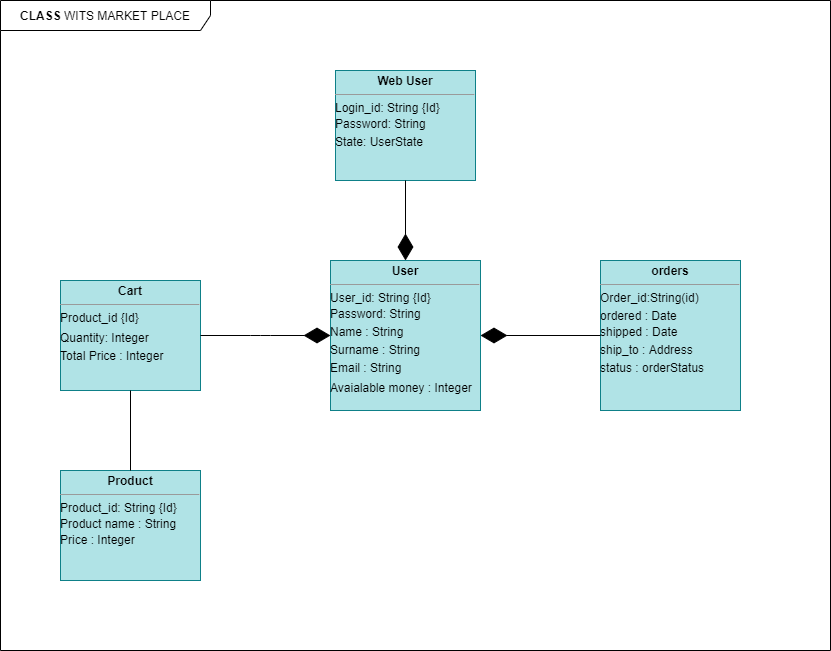
Earlier version of the draw.io export Logical view (class diagram).png (Sisonke77/Market-Place). Source tidied: cells renumbered, new cells last; positions are measured from the earlier drawing's top-left corner, leaving out a move shared by most shapes.
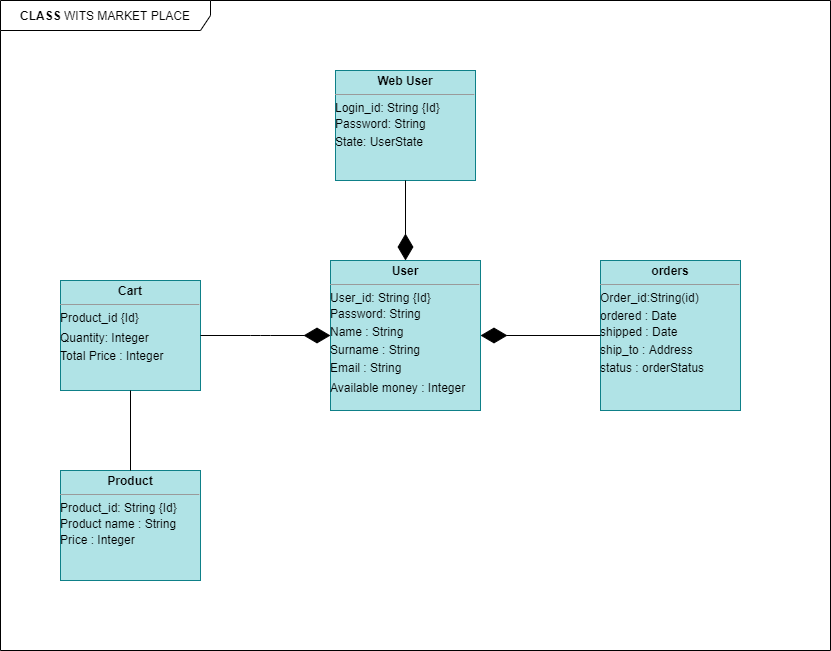
After the change.

What changed in the source:
```diff
@@ -5,7 +5,7 @@
     <mxCell id="2" value="&lt;b&gt;CLASS &lt;/b&gt;WITS MARKET PLACE" style="shape=umlFrame;whiteSpace=wrap;html=1;width=210;height=30;" parent="1" vertex="1">
       <mxGeometry width="830" height="650" as="geometry" />
     </mxCell>
-    <mxCell id="3" value="&lt;p style=&quot;margin: 0px ; margin-top: 4px ; text-align: center&quot;&gt;&lt;b&gt;User&lt;/b&gt;&lt;/p&gt;&lt;hr size=&quot;1&quot;&gt;&lt;div style=&quot;height: 2px&quot;&gt;User_id: String {Id}&lt;/div&gt;&lt;div style=&quot;height: 2px&quot;&gt;&lt;br&gt;&lt;/div&gt;&lt;div style=&quot;height: 2px&quot;&gt;&lt;br&gt;&lt;/div&gt;&lt;div style=&quot;height: 2px&quot;&gt;&lt;br&gt;&lt;/div&gt;&lt;div style=&quot;height: 2px&quot;&gt;&lt;br&gt;&lt;/div&gt;&lt;div style=&quot;height: 2px&quot;&gt;&lt;br&gt;&lt;/div&gt;&lt;div style=&quot;height: 2px&quot;&gt;&lt;br&gt;&lt;/div&gt;&lt;div style=&quot;height: 2px&quot;&gt;&lt;br&gt;&lt;/div&gt;&lt;div style=&quot;height: 2px&quot;&gt;Password: String&lt;/div&gt;&lt;div style=&quot;height: 2px&quot;&gt;&lt;br&gt;&lt;/div&gt;&lt;div style=&quot;height: 2px&quot;&gt;&lt;br&gt;&lt;/div&gt;&lt;div style=&quot;height: 2px&quot;&gt;&lt;br&gt;&lt;/div&gt;&lt;div style=&quot;height: 2px&quot;&gt;&lt;br&gt;&lt;/div&gt;&lt;div style=&quot;height: 2px&quot;&gt;&lt;br&gt;&lt;/div&gt;&lt;div style=&quot;height: 2px&quot;&gt;&lt;br&gt;&lt;/div&gt;&lt;div style=&quot;height: 2px&quot;&gt;&lt;br&gt;&lt;/div&gt;&lt;div style=&quot;height: 2px&quot;&gt;&lt;br&gt;&lt;/div&gt;&lt;div style=&quot;height: 2px&quot;&gt;Name : String&lt;/div&gt;&lt;div style=&quot;height: 2px&quot;&gt;&lt;br&gt;&lt;/div&gt;&lt;div style=&quot;height: 2px&quot;&gt;&lt;br&gt;&lt;/div&gt;&lt;div style=&quot;height: 2px&quot;&gt;&lt;br&gt;&lt;/div&gt;&lt;div style=&quot;height: 2px&quot;&gt;&lt;br&gt;&lt;/div&gt;&lt;div style=&quot;height: 2px&quot;&gt;&lt;br&gt;&lt;/div&gt;&lt;div style=&quot;height: 2px&quot;&gt;&lt;br&gt;&lt;/div&gt;&lt;div style=&quot;height: 2px&quot;&gt;&lt;br&gt;&lt;/div&gt;&lt;div style=&quot;height: 2px&quot;&gt;&lt;br&gt;&lt;/div&gt;&lt;div style=&quot;height: 2px&quot;&gt;Surname : String&lt;/div&gt;&lt;div style=&quot;height: 2px&quot;&gt;&lt;br&gt;&lt;/div&gt;&lt;div style=&quot;height: 2px&quot;&gt;&lt;br&gt;&lt;/div&gt;&lt;div style=&quot;height: 2px&quot;&gt;&lt;br&gt;&lt;/div&gt;&lt;div style=&quot;height: 2px&quot;&gt;&lt;br&gt;&lt;/div&gt;&lt;div style=&quot;height: 2px&quot;&gt;&lt;br&gt;&lt;/div&gt;&lt;div style=&quot;height: 2px&quot;&gt;&lt;br&gt;&lt;/div&gt;&lt;div style=&quot;height: 2px&quot;&gt;&lt;br&gt;&lt;/div&gt;&lt;div style=&quot;height: 2px&quot;&gt;&lt;br&gt;&lt;/div&gt;&lt;div style=&quot;height: 2px&quot;&gt;Email : String&lt;/div&gt;&lt;div style=&quot;height: 2px&quot;&gt;&lt;br&gt;&lt;/div&gt;&lt;div style=&quot;height: 2px&quot;&gt;&lt;br&gt;&lt;/div&gt;&lt;div style=&quot;height: 2px&quot;&gt;&lt;br&gt;&lt;/div&gt;&lt;div style=&quot;height: 2px&quot;&gt;&lt;br&gt;&lt;/div&gt;&lt;div style=&quot;height: 2px&quot;&gt;&lt;br&gt;&lt;/div&gt;&lt;div style=&quot;height: 2px&quot;&gt;&lt;br&gt;&lt;/div&gt;&lt;div style=&quot;height: 2px&quot;&gt;&lt;br&gt;&lt;/div&gt;&lt;div style=&quot;height: 2px&quot;&gt;&lt;br&gt;&lt;/div&gt;&lt;div style=&quot;height: 2px&quot;&gt;&lt;br&gt;&lt;/div&gt;&lt;div style=&quot;height: 2px&quot;&gt;Avaialable money : Integer&lt;/div&gt;&lt;div style=&quot;height: 2px&quot;&gt;&lt;br&gt;&lt;/div&gt;&lt;div style=&quot;height: 2px&quot;&gt;&lt;br&gt;&lt;/div&gt;&lt;div style=&quot;height: 2px&quot;&gt;&lt;br&gt;&lt;/div&gt;&lt;div style=&quot;height: 2px&quot;&gt;&lt;br&gt;&lt;/div&gt;&lt;span style=&quot;color: rgba(0 , 0 , 0 , 0) ; font-family: monospace ; font-size: 0px&quot;&gt;%3CmxGraphModel%3E%3Croot%3E%3CmxCell%20id%3D%220%22%2F%3E%3CmxCell%20id%3D%221%22%20parent%3D%220%22%2F%3E%3CmxCell%20id%3D%222%22%20value%3D%22%26lt%3Bp%20style%3D%26quot%3Bmargin%3A0px%3Bmargin-top%3A4px%3Btext-align%3Acenter%3B%26quot%3B%26gt%3B%26lt%3Bb%26gt%3BClass%26lt%3B%2Fb%26gt%3B%26lt%3B%2Fp%26gt%3B%26lt%3Bhr%20size%3D%26quot%3B1%26quot%3B%2F%26gt%3B%26lt%3Bdiv%20style%3D%26quot%3Bheight%3A2px%3B%26quot%3B%26gt%3B%26lt%3B%2Fdiv%26gt%3B%22%20style%3D%22verticalAlign%3Dtop%3Balign%3Dleft%3Boverflow%3Dfill%3BfontSize%3D12%3BfontFamily%3DHelvetica%3Bhtml%3D1%3B%22%20vertex%3D%221%22%20parent%3D%221%22%3E%3CmxGeometry%20x%3D%22620%22%20y%3D%221140%22%20width%3D%22140%22%20height%3D%2260%22%20as%3D%22geometry%22%2F%3E%3C%2FmxCell%3E%3C%2Froot%3E%3C%2FmxGraphModel%3E&lt;/span&gt;" style="verticalAlign=top;align=left;overflow=fill;fontSize=12;fontFamily=Helvetica;html=1;fillColor=#b0e3e6;strokeColor=#0e8088;" parent="1" vertex="1">
+    <mxCell id="3" value="&lt;p style=&quot;margin: 0px ; margin-top: 4px ; text-align: center&quot;&gt;&lt;b&gt;User&lt;/b&gt;&lt;/p&gt;&lt;hr size=&quot;1&quot;&gt;&lt;div style=&quot;height: 2px&quot;&gt;User_id: String {Id}&lt;/div&gt;&lt;div style=&quot;height: 2px&quot;&gt;&lt;br&gt;&lt;/div&gt;&lt;div style=&quot;height: 2px&quot;&gt;&lt;br&gt;&lt;/div&gt;&lt;div style=&quot;height: 2px&quot;&gt;&lt;br&gt;&lt;/div&gt;&lt;div style=&quot;height: 2px&quot;&gt;&lt;br&gt;&lt;/div&gt;&lt;div style=&quot;height: 2px&quot;&gt;&lt;br&gt;&lt;/div&gt;&lt;div style=&quot;height: 2px&quot;&gt;&lt;br&gt;&lt;/div&gt;&lt;div style=&quot;height: 2px&quot;&gt;&lt;br&gt;&lt;/div&gt;&lt;div style=&quot;height: 2px&quot;&gt;Password: String&lt;/div&gt;&lt;div style=&quot;height: 2px&quot;&gt;&lt;br&gt;&lt;/div&gt;&lt;div style=&quot;height: 2px&quot;&gt;&lt;br&gt;&lt;/div&gt;&lt;div style=&quot;height: 2px&quot;&gt;&lt;br&gt;&lt;/div&gt;&lt;div style=&quot;height: 2px&quot;&gt;&lt;br&gt;&lt;/div&gt;&lt;div style=&quot;height: 2px&quot;&gt;&lt;br&gt;&lt;/div&gt;&lt;div style=&quot;height: 2px&quot;&gt;&lt;br&gt;&lt;/div&gt;&lt;div style=&quot;height: 2px&quot;&gt;&lt;br&gt;&lt;/div&gt;&lt;div style=&quot;height: 2px&quot;&gt;&lt;br&gt;&lt;/div&gt;&lt;div style=&quot;height: 2px&quot;&gt;Name : String&lt;/div&gt;&lt;div style=&quot;height: 2px&quot;&gt;&lt;br&gt;&lt;/div&gt;&lt;div style=&quot;height: 2px&quot;&gt;&lt;br&gt;&lt;/div&gt;&lt;div style=&quot;height: 2px&quot;&gt;&lt;br&gt;&lt;/div&gt;&lt;div style=&quot;height: 2px&quot;&gt;&lt;br&gt;&lt;/div&gt;&lt;div style=&quot;height: 2px&quot;&gt;&lt;br&gt;&lt;/div&gt;&lt;div style=&quot;height: 2px&quot;&gt;&lt;br&gt;&lt;/div&gt;&lt;div style=&quot;height: 2px&quot;&gt;&lt;br&gt;&lt;/div&gt;&lt;div style=&quot;height: 2px&quot;&gt;&lt;br&gt;&lt;/div&gt;&lt;div style=&quot;height: 2px&quot;&gt;Surname : String&lt;/div&gt;&lt;div style=&quot;height: 2px&quot;&gt;&lt;br&gt;&lt;/div&gt;&lt;div style=&quot;height: 2px&quot;&gt;&lt;br&gt;&lt;/div&gt;&lt;div style=&quot;height: 2px&quot;&gt;&lt;br&gt;&lt;/div&gt;&lt;div style=&quot;height: 2px&quot;&gt;&lt;br&gt;&lt;/div&gt;&lt;div style=&quot;height: 2px&quot;&gt;&lt;br&gt;&lt;/div&gt;&lt;div style=&quot;height: 2px&quot;&gt;&lt;br&gt;&lt;/div&gt;&lt;div style=&quot;height: 2px&quot;&gt;&lt;br&gt;&lt;/div&gt;&lt;div style=&quot;height: 2px&quot;&gt;&lt;br&gt;&lt;/div&gt;&lt;div style=&quot;height: 2px&quot;&gt;Email : String&lt;/div&gt;&lt;div style=&quot;height: 2px&quot;&gt;&lt;br&gt;&lt;/div&gt;&lt;div style=&quot;height: 2px&quot;&gt;&lt;br&gt;&lt;/div&gt;&lt;div style=&quot;height: 2px&quot;&gt;&lt;br&gt;&lt;/div&gt;&lt;div style=&quot;height: 2px&quot;&gt;&lt;br&gt;&lt;/div&gt;&lt;div style=&quot;height: 2px&quot;&gt;&lt;br&gt;&lt;/div&gt;&lt;div style=&quot;height: 2px&quot;&gt;&lt;br&gt;&lt;/div&gt;&lt;div style=&quot;height: 2px&quot;&gt;&lt;br&gt;&lt;/div&gt;&lt;div style=&quot;height: 2px&quot;&gt;&lt;br&gt;&lt;/div&gt;&lt;div style=&quot;height: 2px&quot;&gt;&lt;span&gt;&lt;br&gt;&lt;/span&gt;&lt;/div&gt;&lt;div style=&quot;height: 2px&quot;&gt;&lt;span&gt;Available money : Integer&lt;/span&gt;&lt;br&gt;&lt;/div&gt;&lt;div style=&quot;height: 2px&quot;&gt;&lt;br&gt;&lt;/div&gt;&lt;div style=&quot;height: 2px&quot;&gt;&lt;br&gt;&lt;/div&gt;&lt;div style=&quot;height: 2px&quot;&gt;&lt;br&gt;&lt;/div&gt;&lt;div style=&quot;height: 2px&quot;&gt;&lt;br&gt;&lt;/div&gt;&lt;span style=&quot;color: rgba(0 , 0 , 0 , 0) ; font-family: monospace ; font-size: 0px&quot;&gt;%3CmxGraphModel%3E%3Croot%3E%3CmxCell%20id%3D%220%22%2F%3E%3CmxCell%20id%3D%221%22%20parent%3D%220%22%2F%3E%3CmxCell%20id%3D%222%22%20value%3D%22%26lt%3Bp%20style%3D%26quot%3Bmargin%3A0px%3Bmargin-top%3A4px%3Btext-align%3Acenter%3B%26quot%3B%26gt%3B%26lt%3Bb%26gt%3BClass%26lt%3B%2Fb%26gt%3B%26lt%3B%2Fp%26gt%3B%26lt%3Bhr%20size%3D%26quot%3B1%26quot%3B%2F%26gt%3B%26lt%3Bdiv%20style%3D%26quot%3Bheight%3A2px%3B%26quot%3B%26gt%3B%26lt%3B%2Fdiv%26gt%3B%22%20style%3D%22verticalAlign%3Dtop%3Balign%3Dleft%3Boverflow%3Dfill%3BfontSize%3D12%3BfontFamily%3DHelvetica%3Bhtml%3D1%3B%22%20vertex%3D%221%22%20parent%3D%221%22%3E%3CmxGeometry%20x%3D%22620%22%20y%3D%221140%22%20width%3D%22140%22%20height%3D%2260%22%20as%3D%22geometry%22%2F%3E%3C%2FmxCell%3E%3C%2Froot%3E%3C%2FmxGraphModel%3E&lt;/span&gt;" style="verticalAlign=top;align=left;overflow=fill;fontSize=12;fontFamily=Helvetica;html=1;fillColor=#b0e3e6;strokeColor=#0e8088;" parent="1" vertex="1">
       <mxGeometry x="330" y="260" width="150" height="150" as="geometry" />
     </mxCell>
     <mxCell id="4" value="&lt;p style=&quot;margin: 0px ; margin-top: 4px ; text-align: center&quot;&gt;&lt;b&gt;Product&lt;/b&gt;&lt;/p&gt;&lt;hr size=&quot;1&quot;&gt;&lt;div style=&quot;height: 2px&quot;&gt;Product_id: String {Id}&lt;/div&gt;&lt;div style=&quot;height: 2px&quot;&gt;&lt;br&gt;&lt;/div&gt;&lt;div style=&quot;height: 2px&quot;&gt;&lt;br&gt;&lt;/div&gt;&lt;div style=&quot;height: 2px&quot;&gt;&lt;br&gt;&lt;/div&gt;&lt;div style=&quot;height: 2px&quot;&gt;&lt;br&gt;&lt;/div&gt;&lt;div style=&quot;height: 2px&quot;&gt;&lt;br&gt;&lt;/div&gt;&lt;div style=&quot;height: 2px&quot;&gt;&lt;br&gt;&lt;/div&gt;&lt;div style=&quot;height: 2px&quot;&gt;&lt;br&gt;&lt;/div&gt;&lt;div style=&quot;height: 2px&quot;&gt;Product name : String&lt;/div&gt;&lt;div style=&quot;height: 2px&quot;&gt;&lt;br&gt;&lt;/div&gt;&lt;div style=&quot;height: 2px&quot;&gt;&lt;br&gt;&lt;/div&gt;&lt;div style=&quot;height: 2px&quot;&gt;&lt;br&gt;&lt;/div&gt;&lt;div style=&quot;height: 2px&quot;&gt;&lt;br&gt;&lt;/div&gt;&lt;div style=&quot;height: 2px&quot;&gt;&lt;br&gt;&lt;/div&gt;&lt;div style=&quot;height: 2px&quot;&gt;&lt;br&gt;&lt;/div&gt;&lt;div style=&quot;height: 2px&quot;&gt;&lt;br&gt;&lt;/div&gt;&lt;div style=&quot;height: 2px&quot;&gt;Price : Integer&lt;/div&gt;&lt;span style=&quot;color: rgba(0 , 0 , 0 , 0) ; font-family: monospace ; font-size: 0px&quot;&gt;%3CmxGraphModel%3E%3Croot%3E%3CmxCell%20id%3D%220%22%2F%3E%3CmxCell%20id%3D%221%22%20parent%3D%220%22%2F%3E%3CmxCell%20id%3D%222%22%20value%3D%22%26lt%3Bp%20style%3D%26quot%3Bmargin%3A0px%3Bmargin-top%3A4px%3Btext-align%3Acenter%3B%26quot%3B%26gt%3B%26lt%3Bb%26gt%3BClass%26lt%3B%2Fb%26gt%3B%26lt%3B%2Fp%26gt%3B%26lt%3Bhr%20size%3D%26quot%3B1%26quot%3B%2F%26gt%3B%26lt%3Bdiv%20style%3D%26quot%3Bheight%3A2px%3B%26quot%3B%26gt%3B%26lt%3B%2Fdiv%26gt%3B%22%20style%3D%22verticalAlign%3Dtop%3Balign%3Dleft%3Boverflow%3Dfill%3BfontSize%3D12%3BfontFamily%3DHelvetica%3Bhtml%3D1%3B%22%20vertex%3D%221%22%20parent%3D%221%22%3E%3CmxGeometry%20x%3D%22620%22%20y%3D%221140%22%20width%3D%22140%22%20height%3D%2260%22%20as%3D%22geometry%22%2F%3E%3C%2FmxCell%3E%3C%2Froot%3E%3C%2FmxGraphModel%3E&lt;/span&gt;" style="verticalAlign=top;align=left;overflow=fill;fontSize=12;fontFamily=Helvetica;html=1;fillColor=#b0e3e6;strokeColor=#0e8088;" parent="1" vertex="1">
```
